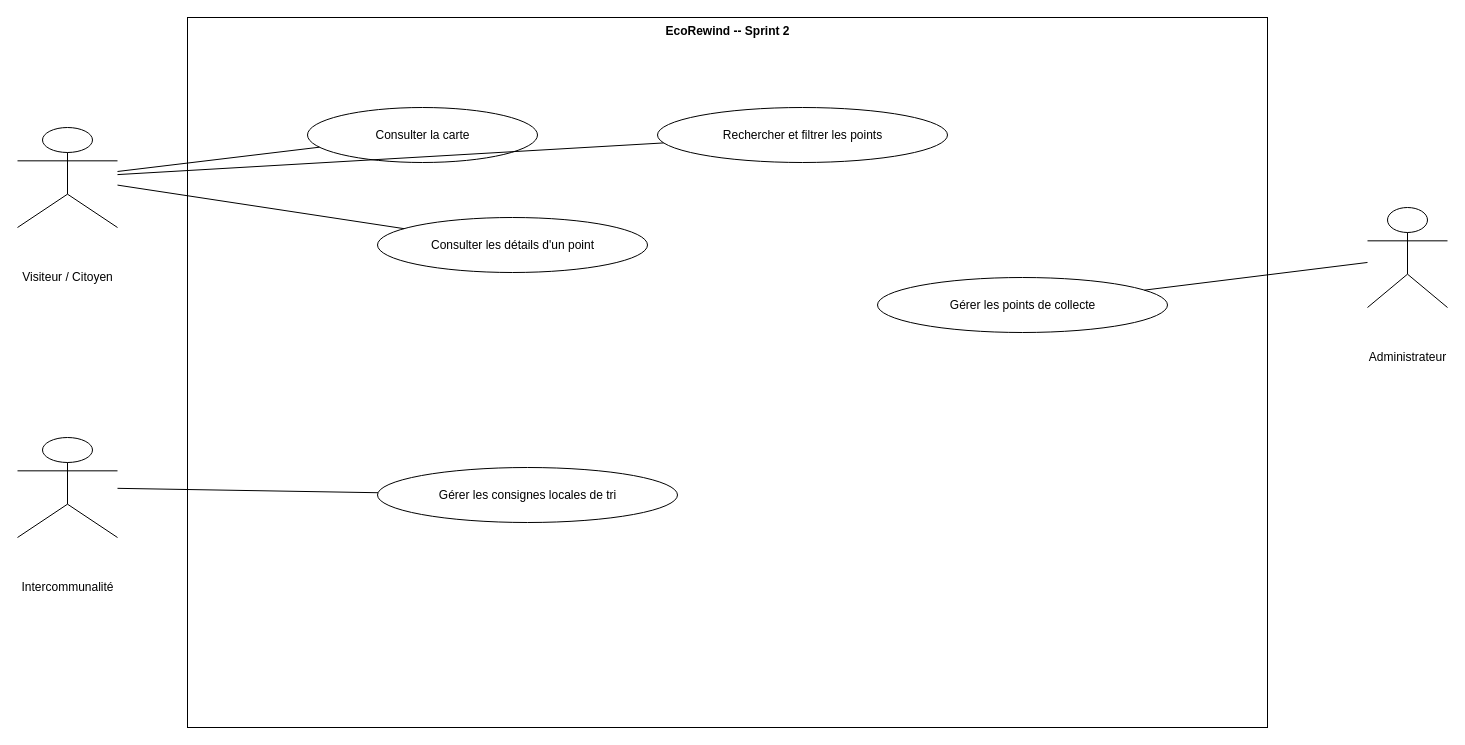
The draw.io diagram usecase_sprint2_collection_points.drawio in ahmedbs94/dechet, before the edit. Source tidied: cells renumbered, new cells numbered last; positions are measured from the earlier drawing's top-left corner, leaving out a move shared by most shapes. Both pictures are drawn from the tidied source at 100%, with x=0, y=0 at pixel (17, 17).
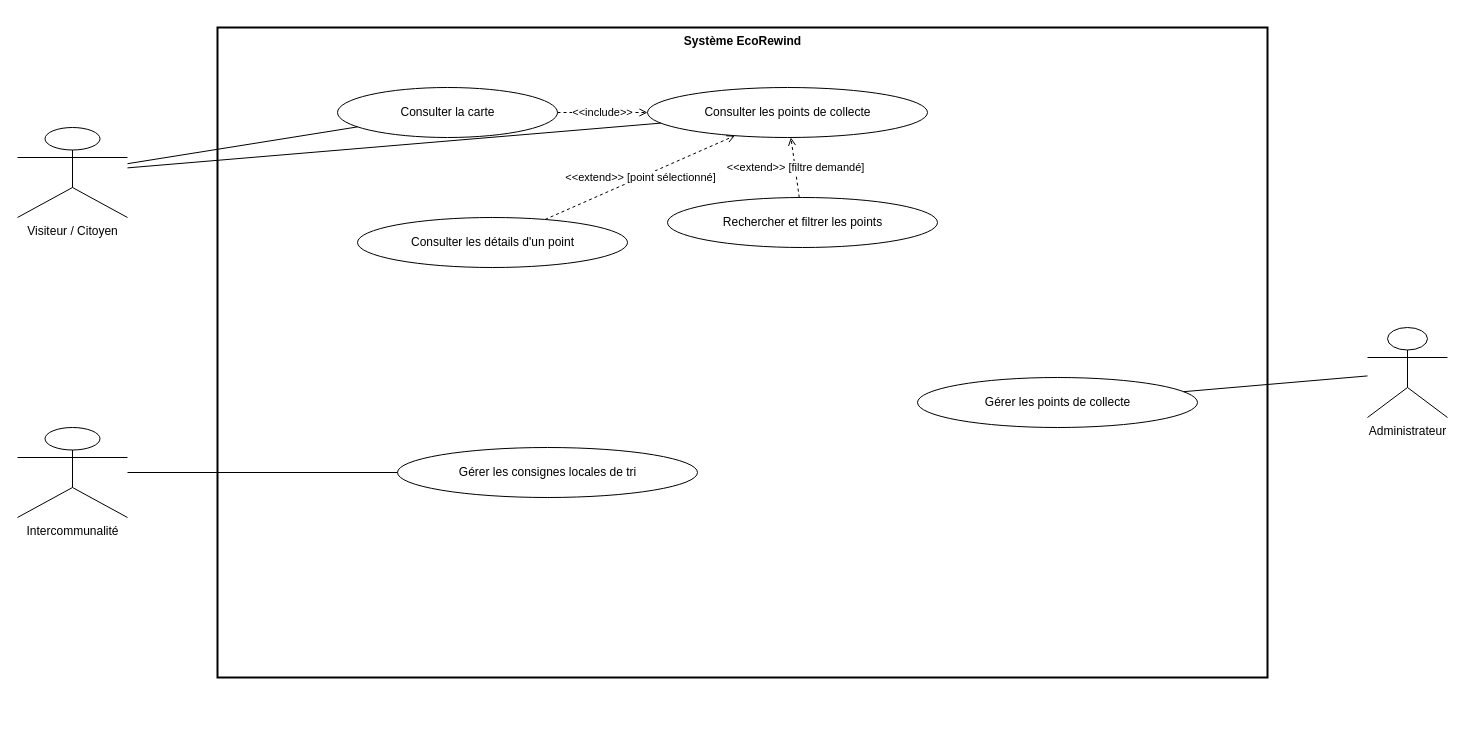
Above is the later version.

Commit message (it also covers changes not shown here):
docs: correct sprint UML diagrams with include extend and UML associations

Change to the diagram source:
```diff
@@
 <mxGraphModel>
   <root>
     <mxCell id="0" />
     <mxCell id="1" parent="0" />
-    <mxCell id="2" value="&lt;b&gt;EcoRewind -- Sprint 2&lt;/b&gt;" style="rounded=0;html=1;verticalAlign=top;align=center;fontStyle=1;" parent="1" vertex="1">
-      <mxGeometry x="170" width="1080" height="710" as="geometry" />
+    <mxCell id="2" value="&lt;b&gt;Système EcoRewind&lt;/b&gt;" style="rounded=0;html=1;verticalAlign=top;align=center;fontStyle=1;strokeWidth=2;" parent="1" vertex="1">
+      <mxGeometry x="200" y="10" width="1050" height="650" as="geometry" />
     </mxCell>
-    <mxCell id="3" value="Visiteur / Citoyen" style="shape=umlActor;verticalLabelPosition=bottom;html=1;" parent="1" vertex="1">
-      <mxGeometry y="110" width="100" height="100" as="geometry" />
+    <mxCell id="3" value="Visiteur / Citoyen" style="shape=umlActor;verticalLabelPosition=bottom;verticalAlign=top;html=1;" parent="1" vertex="1">
+      <mxGeometry y="110" width="110" height="90" as="geometry" />
     </mxCell>
-    <mxCell id="4" value="Intercommunalité" style="shape=umlActor;verticalLabelPosition=bottom;html=1;" parent="1" vertex="1">
-      <mxGeometry y="420" width="100" height="100" as="geometry" />
+    <mxCell id="4" value="Intercommunalité" style="shape=umlActor;verticalLabelPosition=bottom;verticalAlign=top;html=1;" parent="1" vertex="1">
+      <mxGeometry y="410" width="110" height="90" as="geometry" />
     </mxCell>
-    <mxCell id="5" value="Administrateur" style="shape=umlActor;verticalLabelPosition=bottom;html=1;" parent="1" vertex="1">
-      <mxGeometry x="1350" y="190" width="80" height="100" as="geometry" />
+    <mxCell id="5" value="Administrateur" style="shape=umlActor;verticalLabelPosition=bottom;verticalAlign=top;html=1;" parent="1" vertex="1">
+      <mxGeometry x="1350" y="310" width="80" height="90" as="geometry" />
     </mxCell>
     <mxCell id="6" value="Consulter la carte" style="ellipse;html=1;" parent="1" vertex="1">
-      <mxGeometry x="290" y="90" width="230" height="55" as="geometry" />
+      <mxGeometry x="320" y="70" width="220" height="50" as="geometry" />
     </mxCell>
+    <mxCell id="16" value="Consulter les points de collecte" style="ellipse;html=1;" parent="1" vertex="1">
+      <mxGeometry x="630" y="70" width="280" height="50" as="geometry" />
+    </mxCell>
     <mxCell id="7" value="Rechercher et filtrer les points" style="ellipse;html=1;" parent="1" vertex="1">
-      <mxGeometry x="640" y="90" width="290" height="55" as="geometry" />
+      <mxGeometry x="650" y="180" width="270" height="50" as="geometry" />
     </mxCell>
     <mxCell id="8" value="Consulter les détails d'un point" style="ellipse;html=1;" parent="1" vertex="1">
-      <mxGeometry x="360" y="200" width="270" height="55" as="geometry" />
+      <mxGeometry x="340" y="200" width="270" height="50" as="geometry" />
     </mxCell>
+    <mxCell id="10" value="Gérer les points de collecte" style="ellipse;html=1;" parent="1" vertex="1">
+      <mxGeometry x="900" y="360" width="280" height="50" as="geometry" />
+    </mxCell>
     <mxCell id="9" value="Gérer les consignes locales de tri" style="ellipse;html=1;" parent="1" vertex="1">
-      <mxGeometry x="360" y="450" width="300" height="55" as="geometry" />
+      <mxGeometry x="380" y="430" width="300" height="50" as="geometry" />
     </mxCell>
-    <mxCell id="10" value="Gérer les points de collecte" style="ellipse;html=1;" parent="1" vertex="1">
-      <mxGeometry x="860" y="260" width="290" height="55" as="geometry" />
-    </mxCell>
     <mxCell id="11" style="endArrow=none;html=1;" parent="1" edge="1" source="3" target="6">
       <mxGeometry relative="1" as="geometry" />
     </mxCell>
-    <mxCell id="12" style="endArrow=none;html=1;" parent="1" edge="1" source="3" target="7">
+    <mxCell id="12" style="endArrow=none;html=1;" parent="1" edge="1" source="3" target="16">
       <mxGeometry relative="1" as="geometry" />
     </mxCell>
-    <mxCell id="13" style="endArrow=none;html=1;" parent="1" edge="1" source="3" target="8">
+    <mxCell id="13" style="endArrow=none;html=1;" parent="1" edge="1" source="4" target="9">
       <mxGeometry relative="1" as="geometry" />
     </mxCell>
-    <mxCell id="14" style="endArrow=none;html=1;" parent="1" edge="1" source="4" target="9">
+    <mxCell id="14" style="endArrow=none;html=1;" parent="1" edge="1" source="5" target="10">
       <mxGeometry relative="1" as="geometry" />
     </mxCell>
-    <mxCell id="15" style="endArrow=none;html=1;" parent="1" edge="1" source="5" target="10">
-      <mxGeometry relative="1" as="geometry" />
-    </mxCell>
+    <mxCell id="17" value="&amp;lt;&amp;lt;include&amp;gt;&amp;gt;" style="dashed=1;endArrow=open;html=1;" parent="1" edge="1" source="6" target="16">
+      <mxGeometry relative="1" as="geometry" />
+    </mxCell>
+    <mxCell id="18" value="&amp;lt;&amp;lt;extend&amp;gt;&amp;gt; [filtre demandé]" style="dashed=1;endArrow=open;html=1;" parent="1" edge="1" source="7" target="16">
+      <mxGeometry relative="1" as="geometry" />
+    </mxCell>
+    <mxCell id="19" value="&amp;lt;&amp;lt;extend&amp;gt;&amp;gt; [point sélectionné]" style="dashed=1;endArrow=open;html=1;" parent="1" edge="1" source="8" target="16">
+      <mxGeometry relative="1" as="geometry" />
+    </mxCell>
   </root>
 </mxGraphModel>
```
